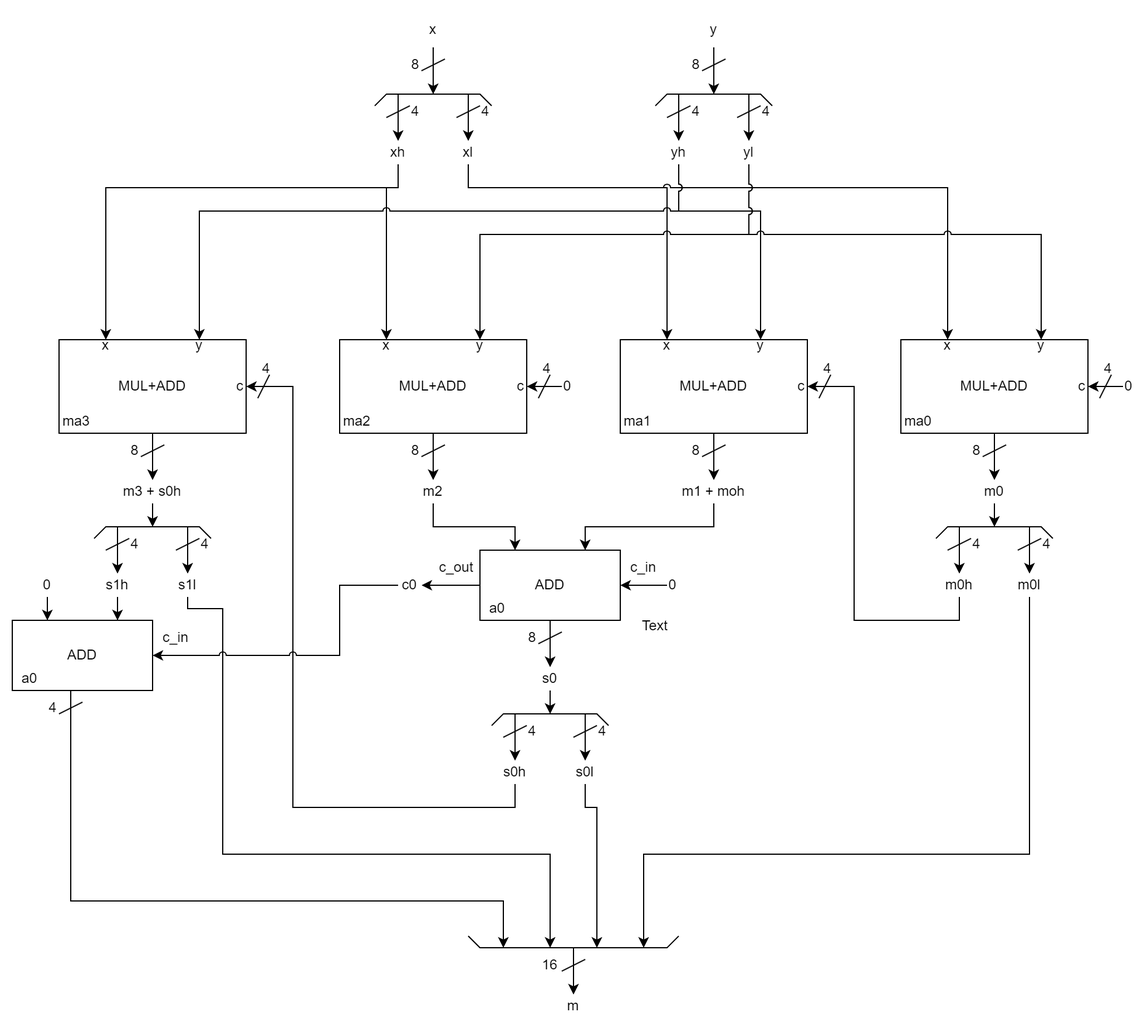
rzippo/reti-logiche-esercitazioni keeps this draw.io diagram as 2024-25/img/verilog/2/mul8-rc-2.drawio.png. Above is the earlier version. Source tidied: cells renumbered, new cells last; positions are measured from the earlier drawing's top-left corner, leaving out a move shared by most shapes.
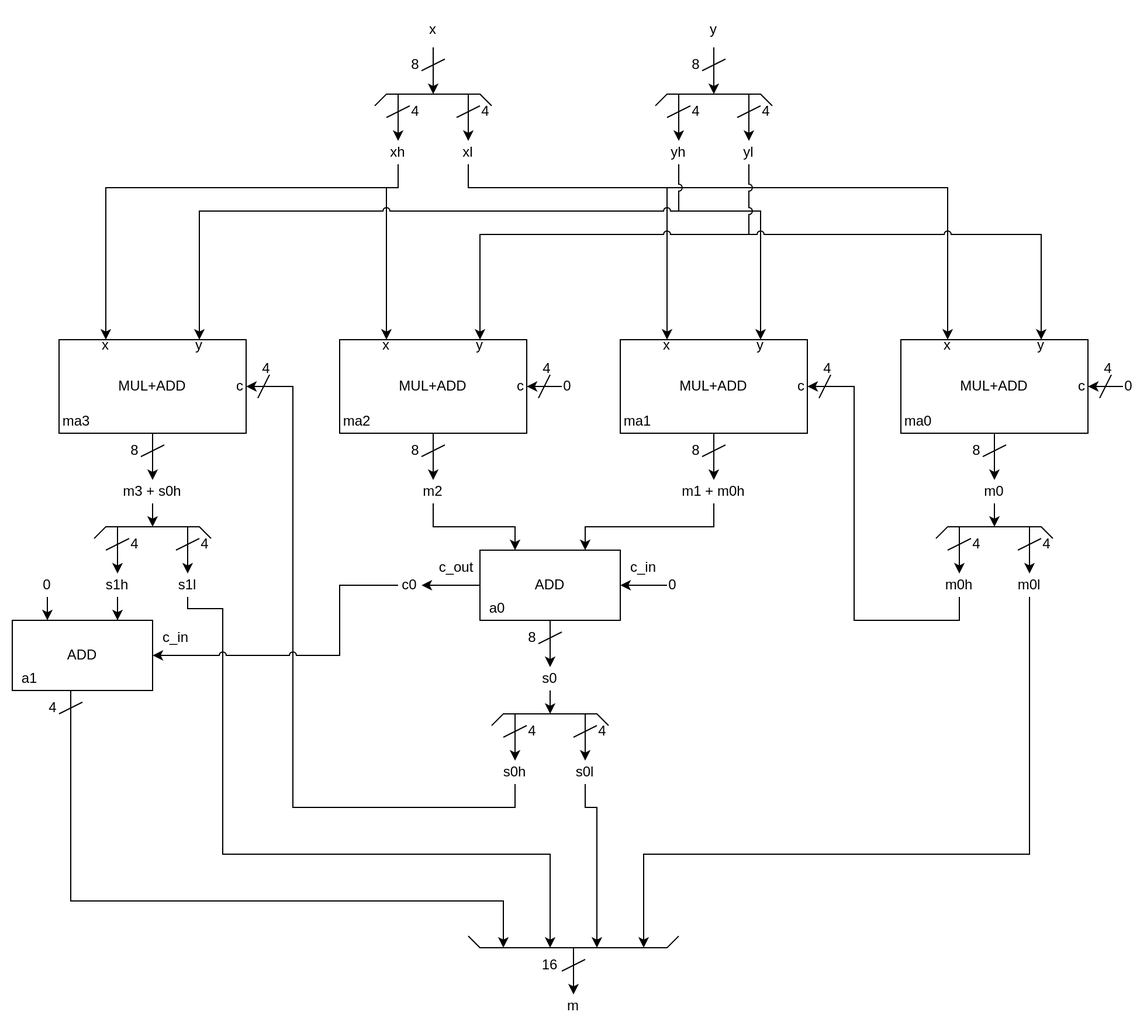
Later version of the same file.

Change to the diagram source:
```diff
@@ -381,7 +381,7 @@
     <mxCell id="83" value="m2" style="text;html=1;strokeColor=none;fillColor=none;align=center;verticalAlign=middle;whiteSpace=wrap;rounded=0;" parent="1" vertex="1">
       <mxGeometry x="345" y="400" width="30" height="20" as="geometry" />
     </mxCell>
-    <mxCell id="84" value="m1 + moh" style="text;html=1;strokeColor=none;fillColor=none;align=center;verticalAlign=middle;whiteSpace=wrap;rounded=0;" parent="1" vertex="1">
+    <mxCell id="84" value="m1 + m0h" style="text;html=1;strokeColor=none;fillColor=none;align=center;verticalAlign=middle;whiteSpace=wrap;rounded=0;" parent="1" vertex="1">
       <mxGeometry x="570" y="400" width="60" height="20" as="geometry" />
     </mxCell>
     <mxCell id="85" value="m0" style="text;html=1;strokeColor=none;fillColor=none;align=center;verticalAlign=middle;whiteSpace=wrap;rounded=0;" parent="1" vertex="1">
@@ -606,12 +606,9 @@
     <mxCell id="131" value="ADD" style="rounded=0;whiteSpace=wrap;html=1;" parent="1" vertex="1">
       <mxGeometry y="520" width="120" height="60" as="geometry" />
     </mxCell>
-    <mxCell id="132" value="a0" style="text;html=1;strokeColor=none;fillColor=none;align=center;verticalAlign=middle;whiteSpace=wrap;rounded=0;" parent="1" vertex="1">
+    <mxCell id="132" value="a1" style="text;html=1;strokeColor=none;fillColor=none;align=center;verticalAlign=middle;whiteSpace=wrap;rounded=0;" parent="1" vertex="1">
       <mxGeometry y="560" width="30" height="20" as="geometry" />
     </mxCell>
-    <mxCell id="133" value="Text" style="text;html=1;strokeColor=none;fillColor=none;align=center;verticalAlign=middle;whiteSpace=wrap;rounded=0;" parent="1" vertex="1">
-      <mxGeometry x="520" y="510" width="60" height="30" as="geometry" />
-    </mxCell>
     <mxCell id="134" value="0" style="text;html=1;strokeColor=none;fillColor=none;align=center;verticalAlign=middle;whiteSpace=wrap;rounded=0;" parent="1" vertex="1">
       <mxGeometry x="20" y="480" width="20" height="20" as="geometry" />
     </mxCell>
```
